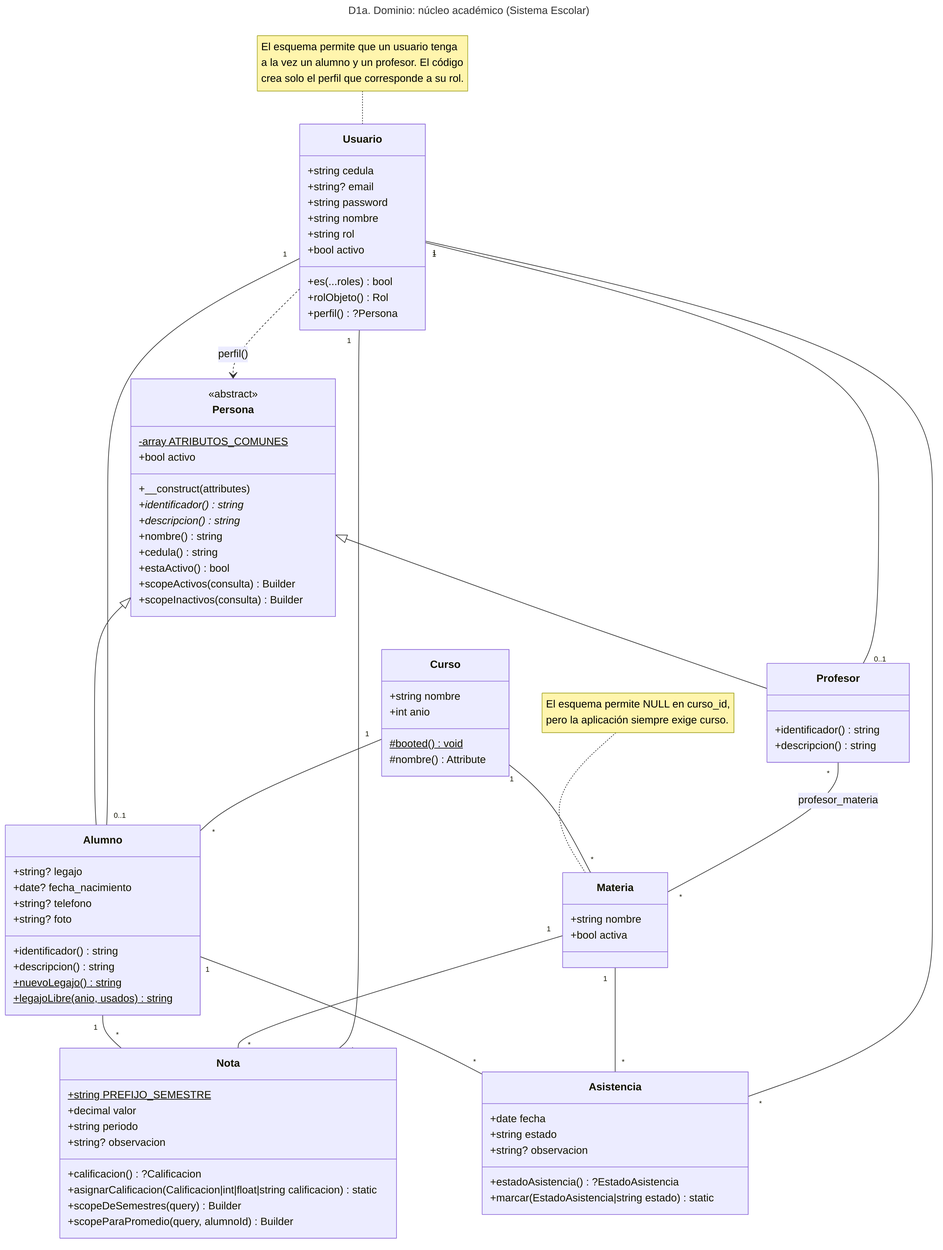
Before: docs/diagramas/D1a_nucleo.png, a diagram exported from Mermaid (gnvargas-dev/sistema-control-acceso). Its source is kept beside it as docs/diagramas/D1a_nucleo.mmd. Source of this version:
```mermaid
---
title: "D1a. Dominio: núcleo académico (Sistema Escolar)"
config:
  class:
    hideEmptyMembersBox: true
---
classDiagram
direction TB

class Usuario {
  +string cedula
  +string? email
  +string password
  +string nombre
  +string rol
  +bool activo
  +es(...roles) bool
  +rolObjeto() Rol
  +perfil() ?Persona
}

class Persona {
  <<abstract>>
  -array ATRIBUTOS_COMUNES$
  +bool activo
  +__construct(attributes)
  +identificador()* string
  +descripcion()* string
  +nombre() string
  +cedula() string
  +estaActivo() bool
  +scopeActivos(consulta) Builder
  +scopeInactivos(consulta) Builder
}

class Alumno {
  +string? legajo
  +date? fecha_nacimiento
  +string? telefono
  +string? foto
  +identificador() string
  +descripcion() string
  +nuevoLegajo()$ string
  +legajoLibre(anio, usados)$ string
}

class Profesor {
  +identificador() string
  +descripcion() string
}

class Curso {
  +string nombre
  +int anio
  #booted()$ void
  #nombre() Attribute
}

class Materia {
  +string nombre
  +bool activa
}

class Nota {
  +string PREFIJO_SEMESTRE$
  +decimal valor
  +string periodo
  +string? observacion
  +calificacion() ?Calificacion
  +asignarCalificacion(Calificacion|int|float|string calificacion) static
  +scopeDeSemestres(query) Builder
  +scopeParaPromedio(query, alumnoId) Builder
}

class Asistencia {
  +date fecha
  +string estado
  +string? observacion
  +estadoAsistencia() ?EstadoAsistencia
  +marcar(EstadoAsistencia|string estado) static
}

Persona <|-- Alumno
Persona <|-- Profesor

Usuario "1" -- "0..1" Alumno
Usuario "1" -- "0..1" Profesor
Curso "1" -- "*" Alumno
Curso "1" -- "*" Materia
Profesor "*" -- "*" Materia : profesor_materia

Alumno "1" -- "*" Nota
Materia "1" -- "*" Nota
Usuario "1" -- "*" Nota

Alumno "1" -- "*" Asistencia
Materia "1" -- "*" Asistencia
Usuario "1" -- "*" Asistencia

Usuario ..> Persona : perfil()

note for Usuario "El esquema permite que un usuario tenga<br/>a la vez un alumno y un profesor. El código<br/>crea solo el perfil que corresponde a su rol."
note for Materia "El esquema permite NULL en curso_id,<br/>pero la aplicación siempre exige curso."
```
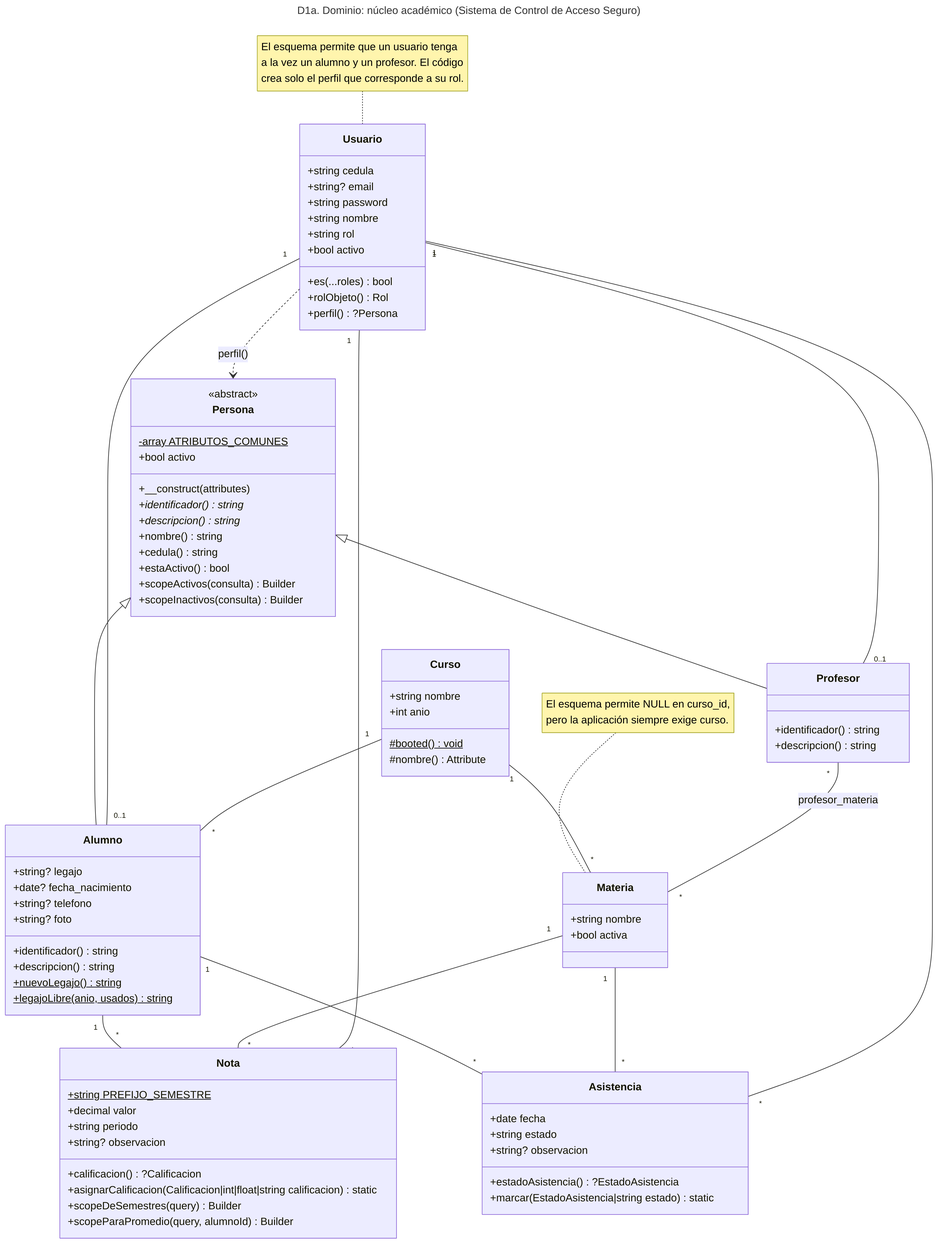
The same diagram one commit later.

Change to the diagram source:
```diff
@@ -1,5 +1,5 @@
 ---
-title: "D1a. Dominio: núcleo académico (Sistema Escolar)"
+title: "D1a. Dominio: núcleo académico (Sistema de Control de Acceso Seguro)"
 config:
   class:
     hideEmptyMembersBox: true
```
